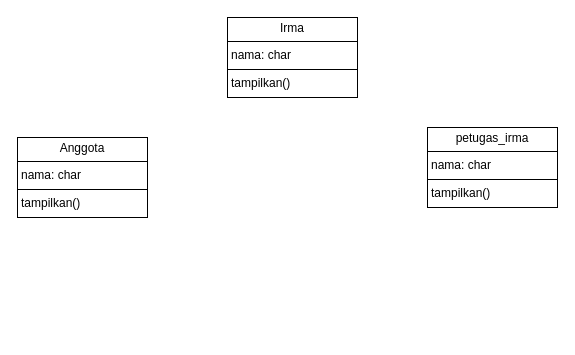
Above: Keep-Trying.drawio in Aisiti03/Keep-Trying.Irma (draw.io), before the change. Source tidied: cells renumbered, new cells numbered last; positions are measured from the earlier drawing's top-left corner, leaving out a move shared by most shapes. Both pictures are drawn from the tidied source at 100%, with x=0, y=0 at pixel (17, 17).
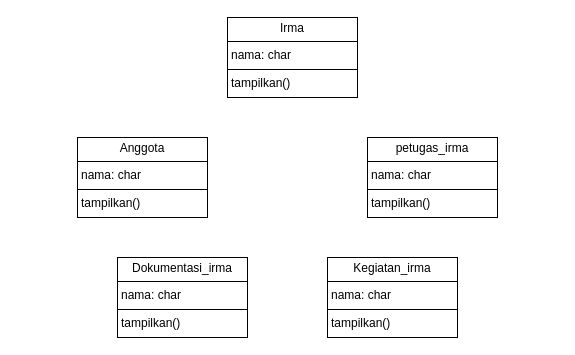
After the change.

The edit, as a diff of the source:
```diff
@@
 <mxGraphModel>
   <root>
     <mxCell id="0" />
     <mxCell id="1" parent="0" />
     <mxCell id="2" value="&lt;p style=&quot;text-align: center; margin: 4px 0px 0px;&quot;&gt;Anggota&lt;/p&gt;&lt;hr size=&quot;1&quot; style=&quot;border-style:solid;&quot;&gt;&lt;p style=&quot;margin:0px;margin-left:4px;&quot;&gt;nama: char&lt;/p&gt;&lt;hr size=&quot;1&quot; style=&quot;border-style:solid;&quot;&gt;&lt;p style=&quot;margin:0px;margin-left:4px;&quot;&gt;tampilkan()&lt;/p&gt;" style="verticalAlign=top;align=left;overflow=fill;html=1;whiteSpace=wrap;" parent="1" vertex="1">
-      <mxGeometry y="120" width="130" height="80" as="geometry" />
+      <mxGeometry x="60" y="120" width="130" height="80" as="geometry" />
     </mxCell>
     <mxCell id="3" value="&lt;p style=&quot;text-align: center; margin: 4px 0px 0px;&quot;&gt;petugas_irma&lt;/p&gt;&lt;hr size=&quot;1&quot; style=&quot;border-style:solid;&quot;&gt;&lt;p style=&quot;margin:0px;margin-left:4px;&quot;&gt;nama: char&lt;/p&gt;&lt;hr size=&quot;1&quot; style=&quot;border-style:solid;&quot;&gt;&lt;p style=&quot;margin:0px;margin-left:4px;&quot;&gt;tampilkan()&lt;/p&gt;" style="verticalAlign=top;align=left;overflow=fill;html=1;whiteSpace=wrap;" parent="1" vertex="1">
-      <mxGeometry x="410" y="110" width="130" height="80" as="geometry" />
+      <mxGeometry x="350" y="120" width="130" height="80" as="geometry" />
     </mxCell>
     <mxCell id="4" value="&lt;p style=&quot;text-align: center; margin: 4px 0px 0px;&quot;&gt;Irma&lt;/p&gt;&lt;hr size=&quot;1&quot; style=&quot;border-style:solid;&quot;&gt;&lt;p style=&quot;margin:0px;margin-left:4px;&quot;&gt;nama: char&lt;/p&gt;&lt;hr size=&quot;1&quot; style=&quot;border-style:solid;&quot;&gt;&lt;p style=&quot;margin:0px;margin-left:4px;&quot;&gt;tampilkan()&lt;/p&gt;" style="verticalAlign=top;align=left;overflow=fill;html=1;whiteSpace=wrap;" parent="1" vertex="1">
       <mxGeometry x="210" width="130" height="80" as="geometry" />
     </mxCell>
+    <mxCell id="5" value="&lt;p style=&quot;text-align: center; margin: 4px 0px 0px;&quot;&gt;Kegiatan_irma&lt;/p&gt;&lt;hr size=&quot;1&quot; style=&quot;border-style:solid;&quot;&gt;&lt;p style=&quot;margin:0px;margin-left:4px;&quot;&gt;nama: char&lt;/p&gt;&lt;hr size=&quot;1&quot; style=&quot;border-style:solid;&quot;&gt;&lt;p style=&quot;margin:0px;margin-left:4px;&quot;&gt;tampilkan()&lt;/p&gt;" style="verticalAlign=top;align=left;overflow=fill;html=1;whiteSpace=wrap;" parent="1" vertex="1">
+      <mxGeometry x="310" y="240" width="130" height="80" as="geometry" />
+    </mxCell>
+    <mxCell id="6" value="&lt;p style=&quot;text-align: center; margin: 4px 0px 0px;&quot;&gt;Dokumentasi_irma&lt;/p&gt;&lt;hr size=&quot;1&quot; style=&quot;border-style:solid;&quot;&gt;&lt;p style=&quot;margin:0px;margin-left:4px;&quot;&gt;nama: char&lt;/p&gt;&lt;hr size=&quot;1&quot; style=&quot;border-style:solid;&quot;&gt;&lt;p style=&quot;margin:0px;margin-left:4px;&quot;&gt;tampilkan()&lt;/p&gt;" style="verticalAlign=top;align=left;overflow=fill;html=1;whiteSpace=wrap;" parent="1" vertex="1">
+      <mxGeometry x="100" y="240" width="130" height="80" as="geometry" />
+    </mxCell>
   </root>
 </mxGraphModel>
```
